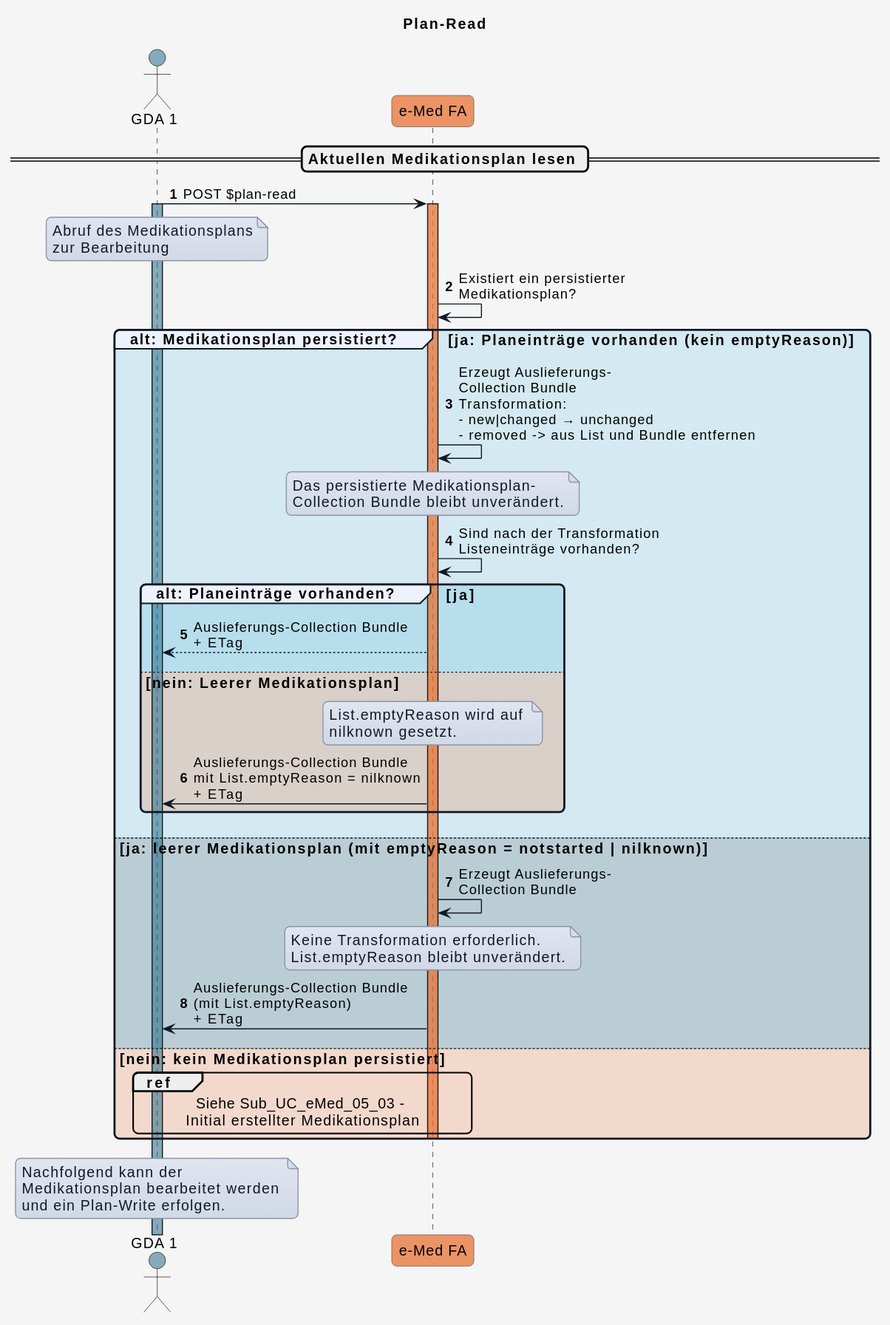
This is r4-ELGA-e-Medikation-main/plantuml/UC_eMed_05_02.svg from HL7Austria/hl7austria.github.io, a PlantUML export, as it was before one commit.
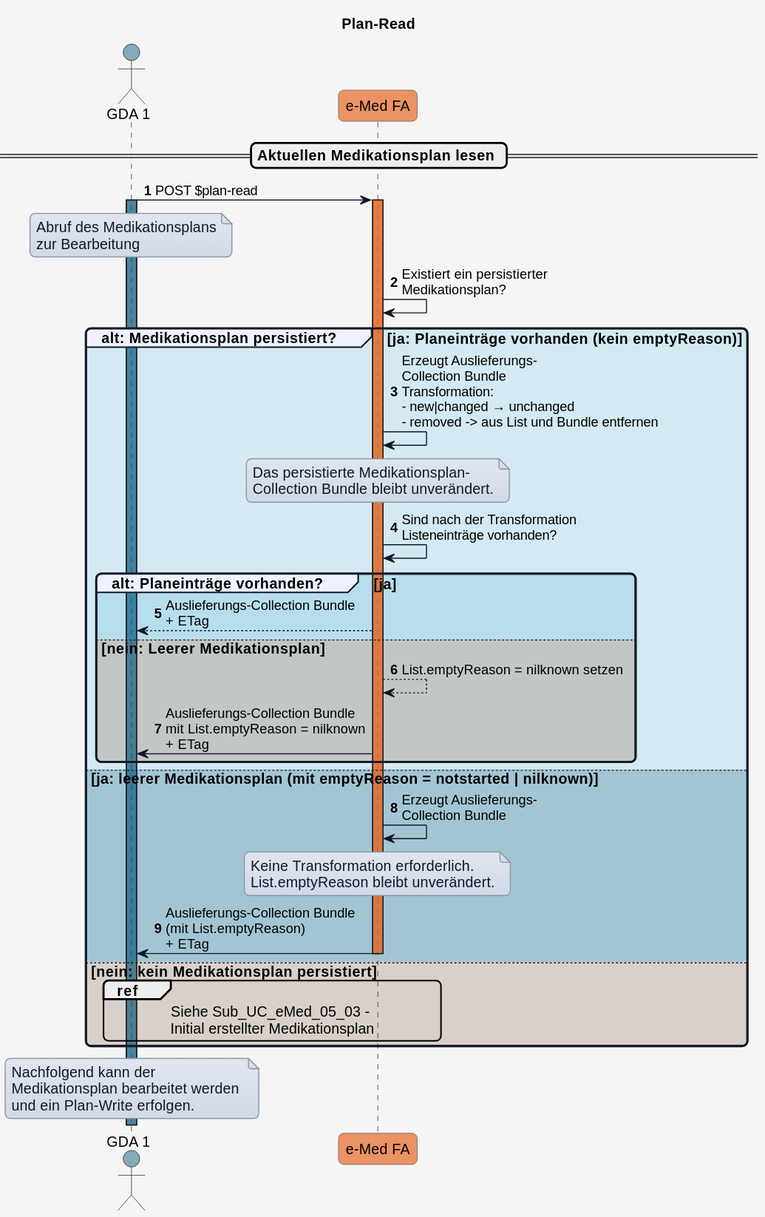
Above is the later version.

Diff of the diagram source:
```diff
@@ -81,10 +81,8 @@
     eMed_FA --> GDA_1: Auslieferungs-Collection Bundle\n+ ETag
 
   else COLOR_ERROR nein: Leerer Medikationsplan
-    note over eMed_FA
-    List.emptyReason wird auf
-    nilknown gesetzt.
-    end note
+
+    eMed_FA --> eMed_FA: List.emptyReason = nilknown setzen
     eMed_FA -> GDA_1: Auslieferungs-Collection Bundle\nmit List.emptyReason = nilknown\n+ ETag
 
   end
```
